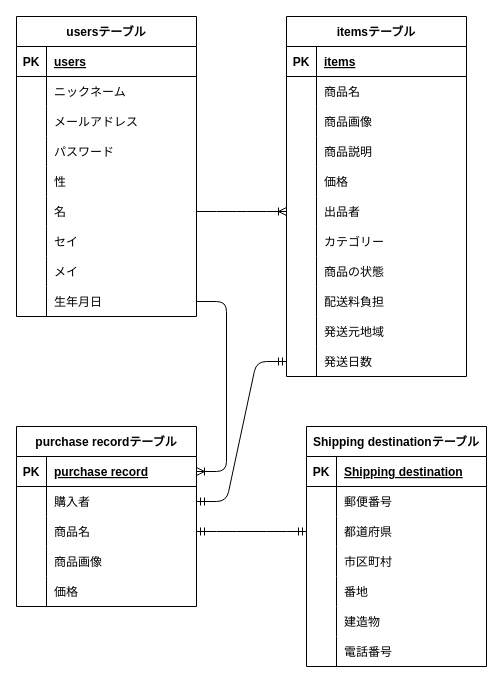
Kenshin-kohara/furima-41656 keeps this draw.io diagram as DB.dio. Above is the earlier version. Source tidied: cells renumbered, new cells numbered last; positions are measured from the earlier drawing's top-left corner, leaving out a move shared by most shapes. Both pictures are drawn from the tidied source at 100%, with x=0, y=0 at pixel (16, 16).
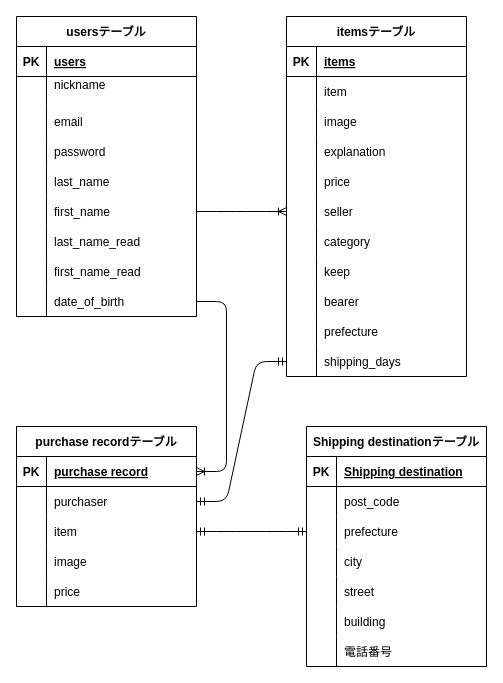
Above is the later version.

Commit message (it also covers changes not shown here):
データベース設計　修正

The change refers to these unchanged cells:
```xml
<mxCell id="6" style="shape=tableRow;horizontal=0;startSize=0;swimlaneHead=0;swimlaneBody=0;fillColor=none;top=0;left=0;right=0;bottom=0;" parent="2" vertex="1">
<mxCell id="9" style="shape=tableRow;horizontal=0;startSize=0;swimlaneHead=0;swimlaneBody=0;fillColor=none;top=0;left=0;right=0;bottom=0;" parent="2" vertex="1">
<mxCell id="12" style="shape=tableRow;horizontal=0;startSize=0;swimlaneHead=0;swimlaneBody=0;fillColor=none;top=0;left=0;right=0;bottom=0;" parent="2" vertex="1">
<mxCell id="15" style="shape=tableRow;horizontal=0;startSize=0;swimlaneHead=0;swimlaneBody=0;fillColor=none;top=0;left=0;right=0;bottom=0;" parent="2" vertex="1">
<mxCell id="18" style="shape=tableRow;horizontal=0;startSize=0;swimlaneHead=0;swimlaneBody=0;fillColor=none;points=[[0,0.5],[1,0.5]];portConstraint=eastwest;top=0;left=0;right=0;bottom=0;" parent="2" vertex="1">
<mxCell id="21" style="shape=tableRow;horizontal=0;startSize=0;swimlaneHead=0;swimlaneBody=0;fillColor=none;top=0;left=0;right=0;bottom=0;" parent="2" vertex="1">
<mxCell id="24" style="shape=tableRow;horizontal=0;startSize=0;swimlaneHead=0;swimlaneBody=0;fillColor=none;top=0;left=0;right=0;bottom=0;" parent="2" vertex="1">
<mxCell id="27" style="shape=tableRow;horizontal=0;startSize=0;swimlaneHead=0;swimlaneBody=0;fillColor=none;points=[[0,0.5],[1,0.5]];portConstraint=eastwest;top=0;left=0;right=0;bottom=0;" parent="2" vertex="1">
<mxCell id="34" style="shape=tableRow;horizontal=0;startSize=0;swimlaneHead=0;swimlaneBody=0;fillColor=none;top=0;left=0;right=0;bottom=0;" parent="30" vertex="1">
<mxCell id="37" style="shape=tableRow;horizontal=0;startSize=0;swimlaneHead=0;swimlaneBody=0;fillColor=none;top=0;left=0;right=0;bottom=0;" parent="30" vertex="1">
<mxCell id="40" style="shape=tableRow;horizontal=0;startSize=0;swimlaneHead=0;swimlaneBody=0;fillColor=none;top=0;left=0;right=0;bottom=0;" parent="30" vertex="1">
<mxCell id="43" style="shape=tableRow;horizontal=0;startSize=0;swimlaneHead=0;swimlaneBody=0;fillColor=none;top=0;left=0;right=0;bottom=0;" parent="30" vertex="1">
<mxCell id="46" style="shape=tableRow;horizontal=0;startSize=0;swimlaneHead=0;swimlaneBody=0;fillColor=none;points=[[0,0.5],[1,0.5]];portConstraint=eastwest;top=0;left=0;right=0;bottom=0;" parent="30" vertex="1">
<mxCell id="49" style="shape=tableRow;horizontal=0;startSize=0;swimlaneHead=0;swimlaneBody=0;fillColor=none;top=0;left=0;right=0;bottom=0;" parent="30" vertex="1">
<mxCell id="52" style="shape=tableRow;horizontal=0;startSize=0;swimlaneHead=0;swimlaneBody=0;fillColor=none;top=0;left=0;right=0;bottom=0;" parent="30" vertex="1">
<mxCell id="55" style="shape=tableRow;horizontal=0;startSize=0;swimlaneHead=0;swimlaneBody=0;fillColor=none;top=0;left=0;right=0;bottom=0;" parent="30" vertex="1">
<mxCell id="58" style="shape=tableRow;horizontal=0;startSize=0;swimlaneHead=0;swimlaneBody=0;fillColor=none;top=0;left=0;right=0;bottom=0;" parent="30" vertex="1">
<mxCell id="61" style="shape=tableRow;horizontal=0;startSize=0;swimlaneHead=0;swimlaneBody=0;fillColor=none;points=[[0,0.5],[1,0.5]];portConstraint=eastwest;top=0;left=0;right=0;bottom=0;" parent="30" vertex="1">
<mxCell id="68" style="shape=tableRow;horizontal=0;startSize=0;swimlaneHead=0;swimlaneBody=0;fillColor=none;points=[[0,0.5],[1,0.5]];portConstraint=eastwest;top=0;left=0;right=0;bottom=0;" parent="64" vertex="1">
<mxCell id="71" style="shape=tableRow;horizontal=0;startSize=0;swimlaneHead=0;swimlaneBody=0;fillColor=none;points=[[0,0.5],[1,0.5]];portConstraint=eastwest;top=0;left=0;right=0;bottom=0;" parent="64" vertex="1">
<mxCell id="74" style="shape=tableRow;horizontal=0;startSize=0;swimlaneHead=0;swimlaneBody=0;fillColor=none;top=0;left=0;right=0;bottom=0;" parent="64" vertex="1">
<mxCell id="77" style="shape=tableRow;horizontal=0;startSize=0;swimlaneHead=0;swimlaneBody=0;fillColor=none;top=0;left=0;right=0;bottom=0;" parent="64" vertex="1">
<mxCell id="84" style="shape=tableRow;horizontal=0;startSize=0;swimlaneHead=0;swimlaneBody=0;fillColor=none;top=0;left=0;right=0;bottom=0;" parent="80" vertex="1">
<mxCell id="87" style="shape=tableRow;horizontal=0;startSize=0;swimlaneHead=0;swimlaneBody=0;fillColor=none;points=[[0,0.5],[1,0.5]];portConstraint=eastwest;top=0;left=0;right=0;bottom=0;" parent="80" vertex="1">
<mxCell id="90" style="shape=tableRow;horizontal=0;startSize=0;swimlaneHead=0;swimlaneBody=0;fillColor=none;top=0;left=0;right=0;bottom=0;" parent="80" vertex="1">
<mxCell id="93" style="shape=tableRow;horizontal=0;startSize=0;swimlaneHead=0;swimlaneBody=0;fillColor=none;top=0;left=0;right=0;bottom=0;" parent="80" vertex="1">
<mxCell id="96" style="shape=tableRow;horizontal=0;startSize=0;swimlaneHead=0;swimlaneBody=0;fillColor=none;top=0;left=0;right=0;bottom=0;" parent="80" vertex="1">
```

Change to the diagram source:
```diff
@@
-    <mxCell id="8" value="ニックネーム" style="shape=partialRectangle;fillColor=none;top=0;left=0;bottom=0;right=0;align=left;spacingLeft=6;overflow=hidden;" parent="6" vertex="1">
+    <mxCell id="8" value="nickname&#10;" style="shape=partialRectangle;fillColor=none;top=0;left=0;bottom=0;right=0;align=left;spacingLeft=6;overflow=hidden;" parent="6" vertex="1">
       <mxGeometry x="30" width="150" height="30" as="geometry" />
     </mxCell>
@@
-    <mxCell id="11" value="メールアドレス" style="shape=partialRectangle;fillColor=none;top=0;left=0;bottom=0;right=0;align=left;spacingLeft=6;overflow=hidden;" parent="9" vertex="1">
+    <mxCell id="11" value="email" style="shape=partialRectangle;fillColor=none;top=0;left=0;bottom=0;right=0;align=left;spacingLeft=6;overflow=hidden;" parent="9" vertex="1">
       <mxGeometry x="30" width="150" height="30" as="geometry" />
     </mxCell>
@@
-    <mxCell id="14" value="パスワード" style="shape=partialRectangle;fillColor=none;top=0;left=0;bottom=0;right=0;align=left;spacingLeft=6;overflow=hidden;" parent="12" vertex="1">
+    <mxCell id="14" value="password" style="shape=partialRectangle;fillColor=none;top=0;left=0;bottom=0;right=0;align=left;spacingLeft=6;overflow=hidden;" parent="12" vertex="1">
       <mxGeometry x="30" width="150" height="30" as="geometry" />
     </mxCell>
@@
-    <mxCell id="17" value="性" style="shape=partialRectangle;fillColor=none;top=0;left=0;bottom=0;right=0;align=left;spacingLeft=6;overflow=hidden;" parent="15" vertex="1">
+    <mxCell id="17" value="last_name" style="shape=partialRectangle;fillColor=none;top=0;left=0;bottom=0;right=0;align=left;spacingLeft=6;overflow=hidden;" parent="15" vertex="1">
       <mxGeometry x="30" width="150" height="30" as="geometry" />
     </mxCell>
@@
-    <mxCell id="20" value="名" style="shape=partialRectangle;fillColor=none;top=0;left=0;bottom=0;right=0;align=left;spacingLeft=6;overflow=hidden;" parent="18" vertex="1">
+    <mxCell id="20" value="first_name" style="shape=partialRectangle;fillColor=none;top=0;left=0;bottom=0;right=0;align=left;spacingLeft=6;overflow=hidden;" parent="18" vertex="1">
       <mxGeometry x="30" width="150" height="30" as="geometry" />
     </mxCell>
@@
-    <mxCell id="23" value="セイ" style="shape=partialRectangle;fillColor=none;top=0;left=0;bottom=0;right=0;align=left;spacingLeft=6;overflow=hidden;" parent="21" vertex="1">
+    <mxCell id="23" value="last_name_read" style="shape=partialRectangle;fillColor=none;top=0;left=0;bottom=0;right=0;align=left;spacingLeft=6;overflow=hidden;" parent="21" vertex="1">
       <mxGeometry x="30" width="150" height="30" as="geometry" />
     </mxCell>
@@
-    <mxCell id="26" value="メイ" style="shape=partialRectangle;fillColor=none;top=0;left=0;bottom=0;right=0;align=left;spacingLeft=6;overflow=hidden;" parent="24" vertex="1">
+    <mxCell id="26" value="first_name_read" style="shape=partialRectangle;fillColor=none;top=0;left=0;bottom=0;right=0;align=left;spacingLeft=6;overflow=hidden;" parent="24" vertex="1">
       <mxGeometry x="30" width="150" height="30" as="geometry" />
     </mxCell>
@@
-    <mxCell id="29" value="生年月日" style="shape=partialRectangle;fillColor=none;top=0;left=0;bottom=0;right=0;align=left;spacingLeft=6;overflow=hidden;" parent="27" vertex="1">
+    <mxCell id="29" value="date_of_birth" style="shape=partialRectangle;fillColor=none;top=0;left=0;bottom=0;right=0;align=left;spacingLeft=6;overflow=hidden;" parent="27" vertex="1">
       <mxGeometry x="30" width="150" height="30" as="geometry" />
     </mxCell>
@@
-    <mxCell id="36" value="商品名" style="shape=partialRectangle;fillColor=none;top=0;left=0;bottom=0;right=0;align=left;spacingLeft=6;overflow=hidden;" parent="34" vertex="1">
+    <mxCell id="36" value="item" style="shape=partialRectangle;fillColor=none;top=0;left=0;bottom=0;right=0;align=left;spacingLeft=6;overflow=hidden;" parent="34" vertex="1">
       <mxGeometry x="30" width="150" height="30" as="geometry" />
     </mxCell>
@@
-    <mxCell id="39" value="商品画像" style="shape=partialRectangle;fillColor=none;top=0;left=0;bottom=0;right=0;align=left;spacingLeft=6;overflow=hidden;" parent="37" vertex="1">
+    <mxCell id="39" value="image" style="shape=partialRectangle;fillColor=none;top=0;left=0;bottom=0;right=0;align=left;spacingLeft=6;overflow=hidden;" parent="37" vertex="1">
       <mxGeometry x="30" width="150" height="30" as="geometry" />
     </mxCell>
@@
-    <mxCell id="42" value="商品説明" style="shape=partialRectangle;fillColor=none;top=0;left=0;bottom=0;right=0;align=left;spacingLeft=6;overflow=hidden;" parent="40" vertex="1">
+    <mxCell id="42" value="explanation" style="shape=partialRectangle;fillColor=none;top=0;left=0;bottom=0;right=0;align=left;spacingLeft=6;overflow=hidden;" parent="40" vertex="1">
       <mxGeometry x="30" width="150" height="30" as="geometry" />
     </mxCell>
@@
-    <mxCell id="45" value="価格" style="shape=partialRectangle;fillColor=none;top=0;left=0;bottom=0;right=0;align=left;spacingLeft=6;overflow=hidden;" parent="43" vertex="1">
+    <mxCell id="45" value="price" style="shape=partialRectangle;fillColor=none;top=0;left=0;bottom=0;right=0;align=left;spacingLeft=6;overflow=hidden;" parent="43" vertex="1">
       <mxGeometry x="30" width="150" height="30" as="geometry" />
     </mxCell>
@@
-    <mxCell id="48" value="出品者" style="shape=partialRectangle;fillColor=none;top=0;left=0;bottom=0;right=0;align=left;spacingLeft=6;overflow=hidden;" parent="46" vertex="1">
+    <mxCell id="48" value="seller" style="shape=partialRectangle;fillColor=none;top=0;left=0;bottom=0;right=0;align=left;spacingLeft=6;overflow=hidden;" parent="46" vertex="1">
       <mxGeometry x="30" width="150" height="30" as="geometry" />
     </mxCell>
@@
-    <mxCell id="51" value="カテゴリー" style="shape=partialRectangle;fillColor=none;top=0;left=0;bottom=0;right=0;align=left;spacingLeft=6;overflow=hidden;" parent="49" vertex="1">
+    <mxCell id="51" value="category" style="shape=partialRectangle;fillColor=none;top=0;left=0;bottom=0;right=0;align=left;spacingLeft=6;overflow=hidden;" parent="49" vertex="1">
       <mxGeometry x="30" width="150" height="30" as="geometry" />
     </mxCell>
@@
-    <mxCell id="54" value="商品の状態" style="shape=partialRectangle;fillColor=none;top=0;left=0;bottom=0;right=0;align=left;spacingLeft=6;overflow=hidden;" parent="52" vertex="1">
+    <mxCell id="54" value="keep" style="shape=partialRectangle;fillColor=none;top=0;left=0;bottom=0;right=0;align=left;spacingLeft=6;overflow=hidden;" parent="52" vertex="1">
       <mxGeometry x="30" width="150" height="30" as="geometry" />
     </mxCell>
@@
-    <mxCell id="57" value="配送料負担" style="shape=partialRectangle;fillColor=none;top=0;left=0;bottom=0;right=0;align=left;spacingLeft=6;overflow=hidden;" parent="55" vertex="1">
+    <mxCell id="57" value="bearer" style="shape=partialRectangle;fillColor=none;top=0;left=0;bottom=0;right=0;align=left;spacingLeft=6;overflow=hidden;" parent="55" vertex="1">
       <mxGeometry x="30" width="150" height="30" as="geometry" />
     </mxCell>
@@
-    <mxCell id="60" value="発送元地域" style="shape=partialRectangle;fillColor=none;top=0;left=0;bottom=0;right=0;align=left;spacingLeft=6;overflow=hidden;" parent="58" vertex="1">
+    <mxCell id="60" value="prefecture" style="shape=partialRectangle;fillColor=none;top=0;left=0;bottom=0;right=0;align=left;spacingLeft=6;overflow=hidden;" parent="58" vertex="1">
       <mxGeometry x="30" width="150" height="30" as="geometry" />
     </mxCell>
@@
-    <mxCell id="63" value="発送日数" style="shape=partialRectangle;fillColor=none;top=0;left=0;bottom=0;right=0;align=left;spacingLeft=6;overflow=hidden;" parent="61" vertex="1">
+    <mxCell id="63" value="shipping_days" style="shape=partialRectangle;fillColor=none;top=0;left=0;bottom=0;right=0;align=left;spacingLeft=6;overflow=hidden;" parent="61" vertex="1">
       <mxGeometry x="30" width="150" height="30" as="geometry" />
     </mxCell>
@@
-    <mxCell id="70" value="購入者" style="shape=partialRectangle;fillColor=none;top=0;left=0;bottom=0;right=0;align=left;spacingLeft=6;overflow=hidden;" parent="68" vertex="1">
+    <mxCell id="70" value="purchaser" style="shape=partialRectangle;fillColor=none;top=0;left=0;bottom=0;right=0;align=left;spacingLeft=6;overflow=hidden;" parent="68" vertex="1">
       <mxGeometry x="30" width="150" height="30" as="geometry" />
     </mxCell>
@@
-    <mxCell id="73" value="商品名" style="shape=partialRectangle;fillColor=none;top=0;left=0;bottom=0;right=0;align=left;spacingLeft=6;overflow=hidden;" parent="71" vertex="1">
+    <mxCell id="73" value="item" style="shape=partialRectangle;fillColor=none;top=0;left=0;bottom=0;right=0;align=left;spacingLeft=6;overflow=hidden;" parent="71" vertex="1">
       <mxGeometry x="30" width="150" height="30" as="geometry" />
     </mxCell>
@@
-    <mxCell id="76" value="商品画像" style="shape=partialRectangle;fillColor=none;top=0;left=0;bottom=0;right=0;align=left;spacingLeft=6;overflow=hidden;" parent="74" vertex="1">
+    <mxCell id="76" value="image" style="shape=partialRectangle;fillColor=none;top=0;left=0;bottom=0;right=0;align=left;spacingLeft=6;overflow=hidden;" parent="74" vertex="1">
       <mxGeometry x="30" width="150" height="30" as="geometry" />
     </mxCell>
@@
-    <mxCell id="79" value="価格" style="shape=partialRectangle;fillColor=none;top=0;left=0;bottom=0;right=0;align=left;spacingLeft=6;overflow=hidden;" parent="77" vertex="1">
+    <mxCell id="79" value="price" style="shape=partialRectangle;fillColor=none;top=0;left=0;bottom=0;right=0;align=left;spacingLeft=6;overflow=hidden;" parent="77" vertex="1">
       <mxGeometry x="30" width="150" height="30" as="geometry" />
     </mxCell>
@@
-    <mxCell id="86" value="郵便番号" style="shape=partialRectangle;fillColor=none;top=0;left=0;bottom=0;right=0;align=left;spacingLeft=6;overflow=hidden;" parent="84" vertex="1">
+    <mxCell id="86" value="post_code" style="shape=partialRectangle;fillColor=none;top=0;left=0;bottom=0;right=0;align=left;spacingLeft=6;overflow=hidden;" parent="84" vertex="1">
       <mxGeometry x="30" width="150" height="30" as="geometry" />
     </mxCell>
@@
-    <mxCell id="89" value="都道府県" style="shape=partialRectangle;fillColor=none;top=0;left=0;bottom=0;right=0;align=left;spacingLeft=6;overflow=hidden;" parent="87" vertex="1">
+    <mxCell id="89" value="prefecture" style="shape=partialRectangle;fillColor=none;top=0;left=0;bottom=0;right=0;align=left;spacingLeft=6;overflow=hidden;" parent="87" vertex="1">
       <mxGeometry x="30" width="150" height="30" as="geometry" />
     </mxCell>
@@
-    <mxCell id="92" value="市区町村" style="shape=partialRectangle;fillColor=none;top=0;left=0;bottom=0;right=0;align=left;spacingLeft=6;overflow=hidden;" parent="90" vertex="1">
+    <mxCell id="92" value="city" style="shape=partialRectangle;fillColor=none;top=0;left=0;bottom=0;right=0;align=left;spacingLeft=6;overflow=hidden;" parent="90" vertex="1">
       <mxGeometry x="30" width="150" height="30" as="geometry" />
     </mxCell>
@@
-    <mxCell id="95" value="番地" style="shape=partialRectangle;fillColor=none;top=0;left=0;bottom=0;right=0;align=left;spacingLeft=6;overflow=hidden;" parent="93" vertex="1">
+    <mxCell id="95" value="street" style="shape=partialRectangle;fillColor=none;top=0;left=0;bottom=0;right=0;align=left;spacingLeft=6;overflow=hidden;" parent="93" vertex="1">
       <mxGeometry x="30" width="150" height="30" as="geometry" />
     </mxCell>
@@
-    <mxCell id="98" value="建造物" style="shape=partialRectangle;fillColor=none;top=0;left=0;bottom=0;right=0;align=left;spacingLeft=6;overflow=hidden;" parent="96" vertex="1">
+    <mxCell id="98" value="building" style="shape=partialRectangle;fillColor=none;top=0;left=0;bottom=0;right=0;align=left;spacingLeft=6;overflow=hidden;" parent="96" vertex="1">
       <mxGeometry x="30" width="150" height="30" as="geometry" />
     </mxCell>
```
